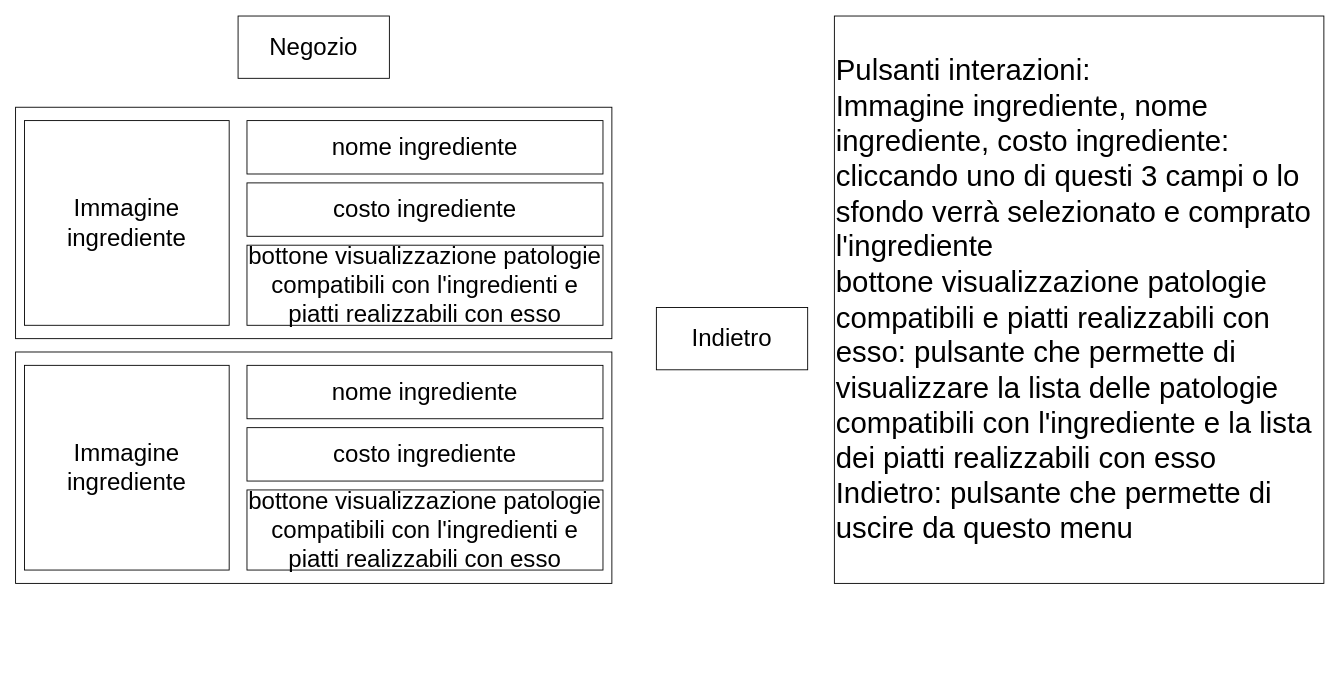
Before: doc/Progetti Drawio/StoryboardInterazioneConNegozio.drawio in zSavT/Healthy-Catering, a draw.io diagram. Source tidied: cells renumbered, new cells numbered last; positions are measured from the earlier drawing's top-left corner, leaving out a move shared by most shapes. Both pictures are drawn from the tidied source at 89%, with x=0, y=0 at pixel (15, 15).
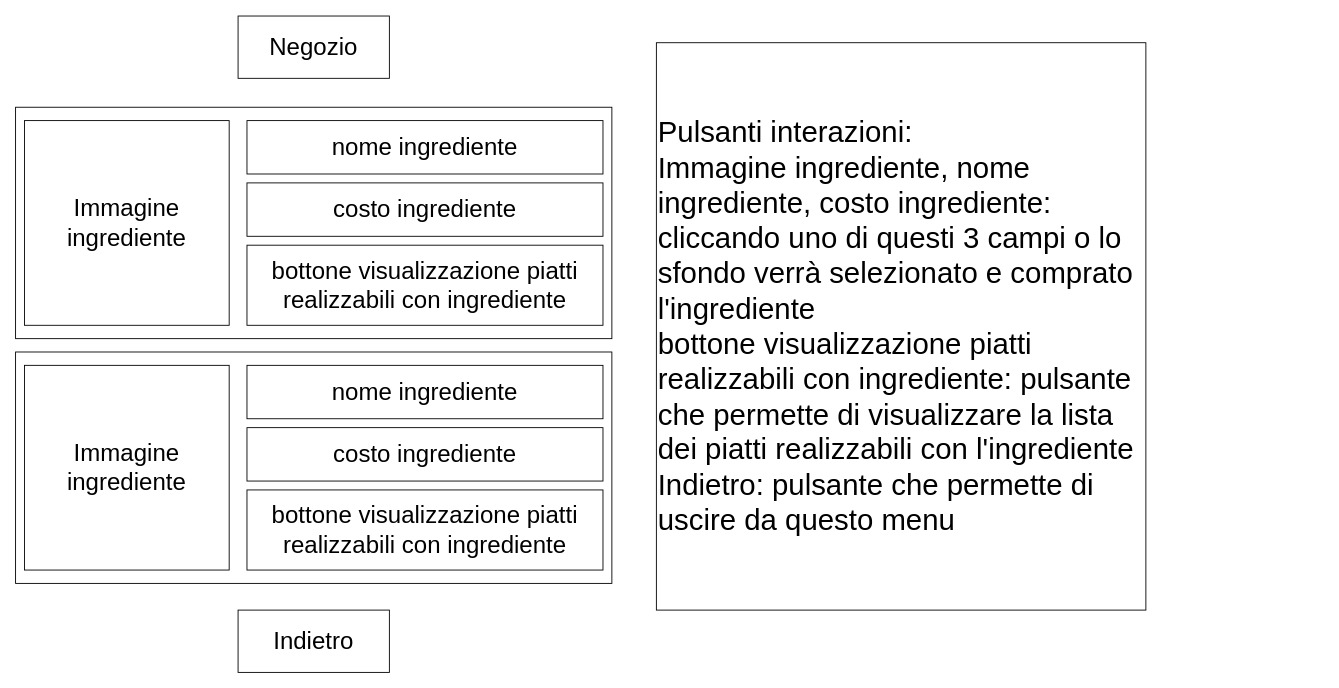
The same page after the edit.

Commit message (it also covers changes not shown here):
rimossi tutti i riferimenti alla visualizzazione delle patologie compatibili nel negozio

The edit, as a diff of the source:
```diff
@@
 <mxGraphModel>
   <root>
     <mxCell id="0" />
     <mxCell id="1" parent="0" />
     <mxCell id="2" value="Negozio" style="rounded=0;whiteSpace=wrap;html=1;fontSize=27;" parent="1" vertex="1">
       <mxGeometry x="250" y="0.5" width="170" height="70" as="geometry" />
     </mxCell>
-    <mxCell id="3" value="&lt;font style=&quot;font-size: 33px;&quot;&gt;Pulsanti interazioni:&lt;br&gt;Immagine ingrediente, nome ingrediente, costo ingrediente: cliccando uno di questi 3 campi o lo sfondo verrà selezionato e comprato l'ingrediente&lt;br&gt;bottone visualizzazione patologie compatibili e piatti realizzabili con esso: pulsante che permette di visualizzare la lista delle patologie compatibili con l'ingrediente e la lista dei piatti realizzabili con esso&lt;br&gt;Indietro: pulsante che permette di uscire da questo menu&lt;br&gt;&lt;/font&gt;" style="rounded=0;whiteSpace=wrap;html=1;fontSize=27;align=left;" parent="1" vertex="1">
-      <mxGeometry x="920" y="0.5" width="550" height="637.5" as="geometry" />
+    <mxCell id="3" value="&lt;font style=&quot;font-size: 33px;&quot;&gt;Pulsanti interazioni:&lt;br&gt;Immagine ingrediente, nome ingrediente, costo ingrediente: cliccando uno di questi 3 campi o lo sfondo verrà selezionato e comprato l'ingrediente&lt;br&gt;bottone visualizzazione piatti realizzabili con ingrediente: pulsante che permette di visualizzare la lista dei piatti realizzabili con l'ingrediente&lt;br&gt;Indietro: pulsante che permette di uscire da questo menu&lt;br&gt;&lt;/font&gt;" style="rounded=0;whiteSpace=wrap;html=1;fontSize=27;align=left;" parent="1" vertex="1">
+      <mxGeometry x="720" y="30.5" width="550" height="637.5" as="geometry" />
     </mxCell>
     <mxCell id="4" style="whiteSpace=wrap;html=1;" parent="1" vertex="1">
       <mxGeometry y="103" width="670" height="260" as="geometry" />
     </mxCell>
     <mxCell id="5" value="costo ingrediente" style="rounded=0;whiteSpace=wrap;html=1;fontSize=27;" parent="1" vertex="1">
       <mxGeometry x="260" y="188" width="400" height="60" as="geometry" />
     </mxCell>
-    <mxCell id="6" value="bottone visualizzazione patologie compatibili con l'ingredienti e piatti realizzabili con esso" style="rounded=0;whiteSpace=wrap;html=1;fontSize=27;" parent="1" vertex="1">
+    <mxCell id="6" value="bottone visualizzazione piatti realizzabili con ingrediente" style="rounded=0;whiteSpace=wrap;html=1;fontSize=27;" parent="1" vertex="1">
       <mxGeometry x="260" y="258" width="400" height="90" as="geometry" />
     </mxCell>
     <mxCell id="7" value="Immagine ingrediente" style="rounded=0;whiteSpace=wrap;html=1;fontSize=27;" parent="1" vertex="1">
       <mxGeometry x="10" y="118" width="230" height="230" as="geometry" />
     </mxCell>
     <mxCell id="8" value="nome ingrediente" style="rounded=0;whiteSpace=wrap;html=1;fontSize=27;" parent="1" vertex="1">
       <mxGeometry x="260" y="118" width="400" height="60" as="geometry" />
     </mxCell>
     <mxCell id="9" style="whiteSpace=wrap;html=1;" parent="1" vertex="1">
       <mxGeometry y="378" width="670" height="260" as="geometry" />
     </mxCell>
     <mxCell id="10" value="costo ingrediente" style="rounded=0;whiteSpace=wrap;html=1;fontSize=27;" parent="1" vertex="1">
       <mxGeometry x="260" y="463" width="400" height="60" as="geometry" />
     </mxCell>
-    <mxCell id="11" value="bottone visualizzazione patologie compatibili con l'ingredienti e piatti realizzabili con esso" style="rounded=0;whiteSpace=wrap;html=1;fontSize=27;" parent="1" vertex="1">
+    <mxCell id="11" value="bottone visualizzazione piatti realizzabili con ingrediente" style="rounded=0;whiteSpace=wrap;html=1;fontSize=27;" parent="1" vertex="1">
       <mxGeometry x="260" y="533" width="400" height="90" as="geometry" />
     </mxCell>
     <mxCell id="12" value="Immagine ingrediente" style="rounded=0;whiteSpace=wrap;html=1;fontSize=27;" parent="1" vertex="1">
       <mxGeometry x="10" y="393" width="230" height="230" as="geometry" />
     </mxCell>
     <mxCell id="13" value="nome ingrediente" style="rounded=0;whiteSpace=wrap;html=1;fontSize=27;" parent="1" vertex="1">
       <mxGeometry x="260" y="393" width="400" height="60" as="geometry" />
     </mxCell>
     <mxCell id="14" value="Indietro" style="rounded=0;whiteSpace=wrap;html=1;fontSize=27;" parent="1" vertex="1">
-      <mxGeometry x="720" y="328" width="170" height="70" as="geometry" />
+      <mxGeometry x="250" y="668" width="170" height="70" as="geometry" />
     </mxCell>
   </root>
 </mxGraphModel>
```
